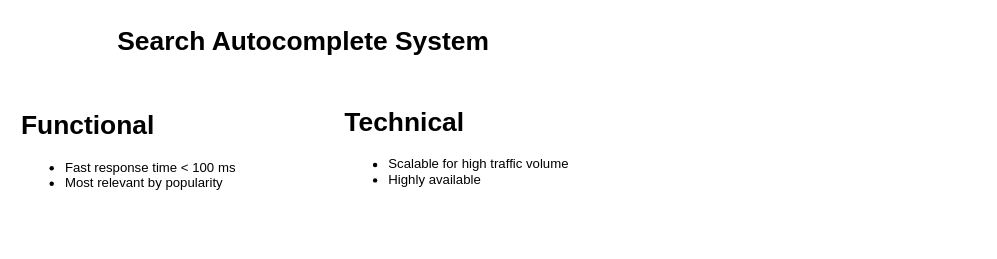
Earlier version of the draw.io diagram Untitled Diagram.drawio (kensplanet/alertsvr). Source tidied: cells renumbered, new cells numbered last; positions are measured from the earlier drawing's top-left corner, leaving out a move shared by most shapes. Both pictures are drawn from the tidied source at 110%, with x=0, y=0 at pixel (19, 19).
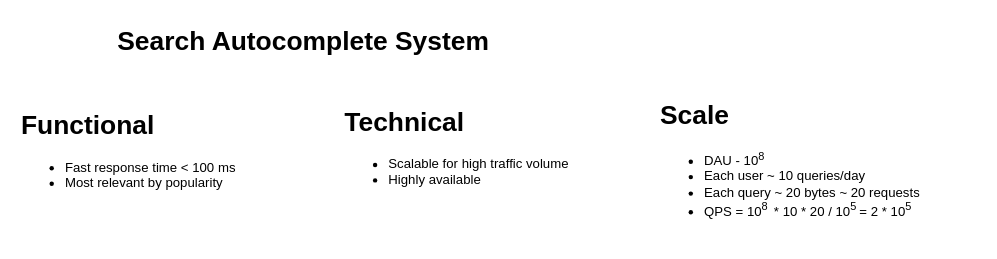
Above is the later version.

Change to the diagram source:
```diff
@@
 <mxGraphModel>
   <root>
     <mxCell id="0" />
     <mxCell id="1" parent="0" />
     <mxCell id="2" value="&lt;h1 style=&quot;margin-top: 0px;&quot;&gt;Functional&lt;/h1&gt;&lt;p&gt;&lt;/p&gt;&lt;ul&gt;&lt;li&gt;Fast response time &amp;lt; 100 ms&lt;br&gt;&lt;/li&gt;&lt;li&gt;Most relevant by popularity&lt;br&gt;&lt;/li&gt;&lt;/ul&gt;&lt;p&gt;&lt;/p&gt;" style="text;html=1;whiteSpace=wrap;overflow=hidden;rounded=0;" parent="1" vertex="1">
       <mxGeometry y="76" width="239" height="120" as="geometry" />
     </mxCell>
     <mxCell id="3" value="&lt;h1 style=&quot;margin-top: 0px;&quot;&gt;Technical&lt;/h1&gt;&lt;p&gt;&lt;/p&gt;&lt;ul&gt;&lt;li&gt;Scalable for high traffic volume&lt;br&gt;&lt;/li&gt;&lt;li&gt;Highly available&lt;br&gt;&lt;/li&gt;&lt;/ul&gt;&lt;p&gt;&lt;/p&gt;" style="text;html=1;whiteSpace=wrap;overflow=hidden;rounded=0;" parent="1" vertex="1">
       <mxGeometry x="294" y="73" width="239" height="120" as="geometry" />
     </mxCell>
     <mxCell id="4" value="Search Autocomplete System" style="text;strokeColor=none;fillColor=none;html=1;fontSize=24;fontStyle=1;verticalAlign=middle;align=center;" parent="1" vertex="1">
       <mxGeometry x="208" width="100" height="40" as="geometry" />
     </mxCell>
+    <mxCell id="5" value="&lt;h1 style=&quot;margin-top: 0px;&quot;&gt;Scale&lt;/h1&gt;&lt;p&gt;&lt;/p&gt;&lt;ul&gt;&lt;li&gt;DAU - 10&lt;sup&gt;8&amp;nbsp;&lt;/sup&gt;&lt;/li&gt;&lt;li&gt;Each user ~ 10 queries/day&lt;/li&gt;&lt;li&gt;Each query ~ 20 bytes ~ 20 requests&lt;/li&gt;&lt;li&gt;QPS = 10&lt;sup&gt;8 &amp;nbsp;&lt;/sup&gt;* 10 * 20 / 10&lt;sup&gt;5 &lt;/sup&gt;= 2 * 10&lt;sup&gt;5&lt;/sup&gt;&amp;nbsp;&lt;/li&gt;&lt;/ul&gt;&lt;p&gt;&lt;/p&gt;" style="text;html=1;whiteSpace=wrap;overflow=hidden;rounded=0;" parent="1" vertex="1">
+      <mxGeometry x="581" y="67" width="291" height="131" as="geometry" />
+    </mxCell>
   </root>
 </mxGraphModel>
```
